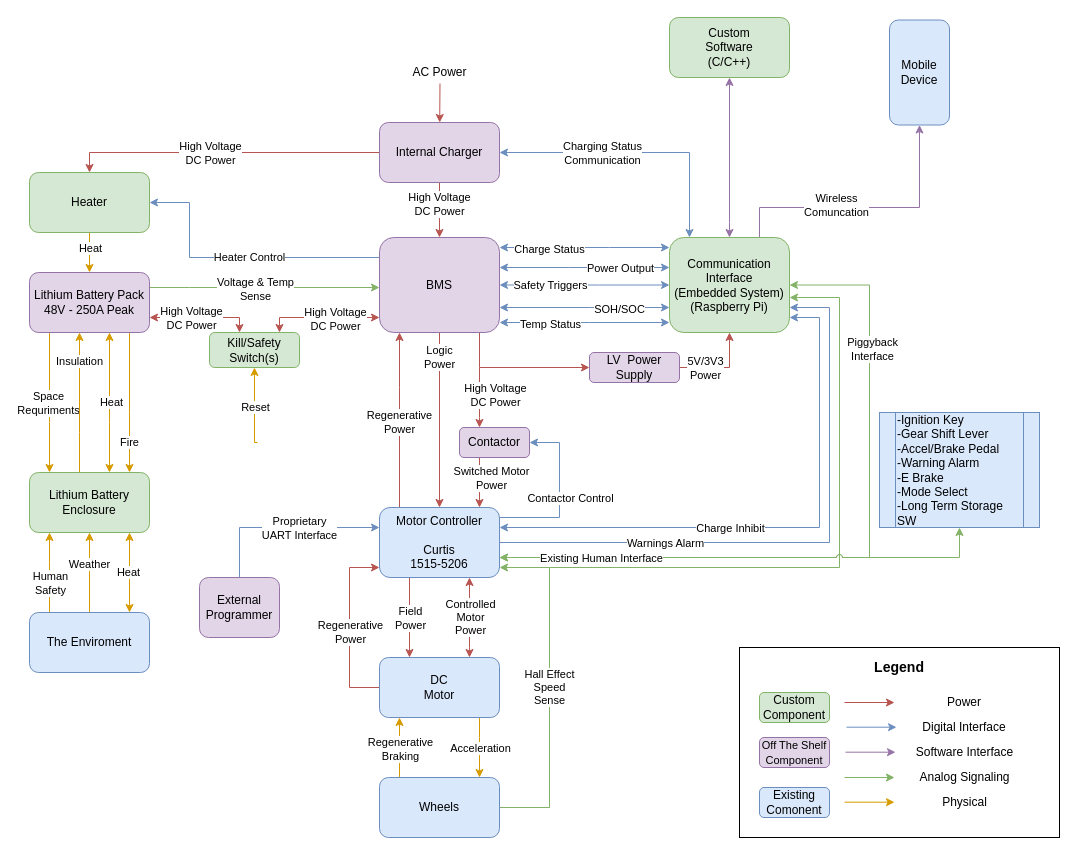
The draw.io diagram Diagrams/FSD v1.1.drawio in khallman97/ENG4000, before the edit. Source tidied: cells renumbered, new cells numbered last; positions are measured from the earlier drawing's top-left corner, leaving out a move shared by most shapes. Both pictures are drawn from the tidied source at 100%, with x=0, y=0 at pixel (29, 17).
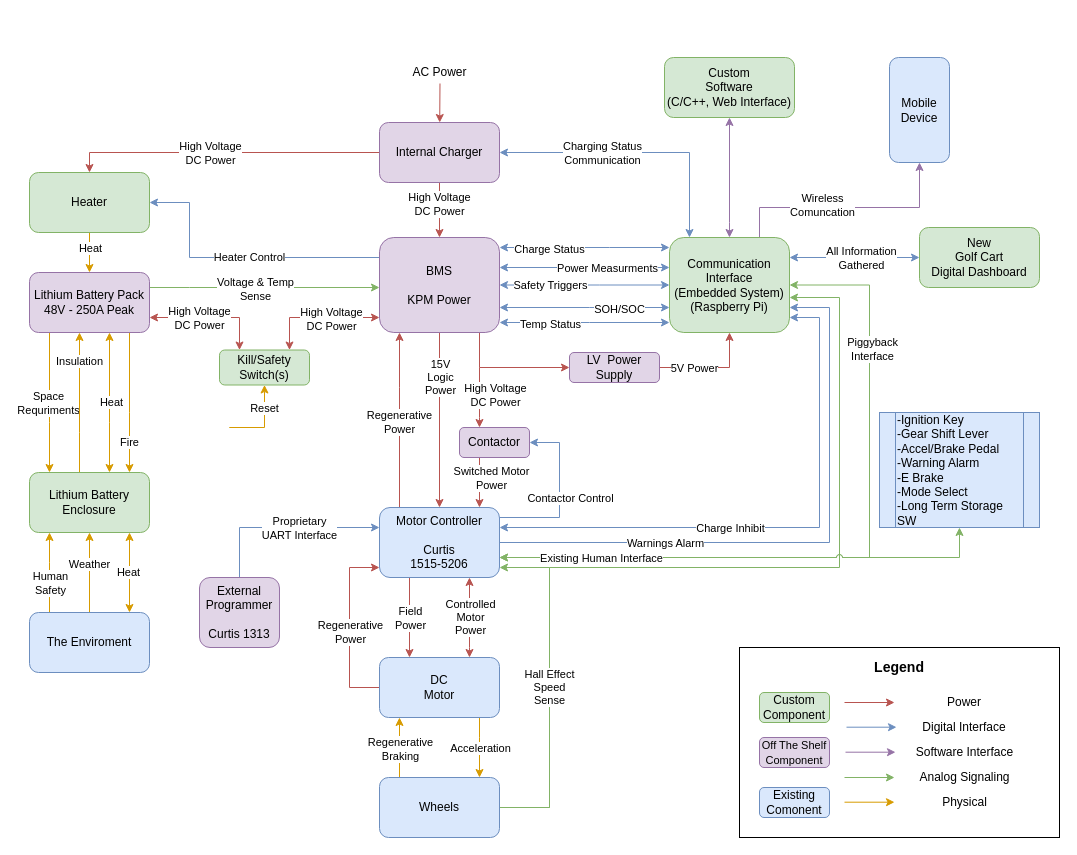
After the change.

The change refers to these unchanged cells:
```xml
<mxCell id="19" style="edgeStyle=orthogonalEdgeStyle;rounded=0;jettySize=auto;html=1;startArrow=classic;startFill=1;fillColor=#dae8fc;strokeColor=#6c8ebf;" parent="1" edge="1" source="29" target="51">
  <mxGeometry relative="1" as="geometry">
    <Array as="points">
      <mxPoint x="540" y="250" />
      <mxPoint x="540" y="250" />
    </Array>
  </mxGeometry>
</mxCell>
<mxCell id="25" style="edgeStyle=orthogonalEdgeStyle;rounded=0;jumpStyle=arc;jettySize=auto;html=1;startArrow=none;startFill=0;endArrow=classic;endFill=1;fillColor=#f8cecc;strokeColor=#b85450;" parent="1" edge="1" source="29" target="62">
  <mxGeometry relative="1" as="geometry" />
</mxCell>
<mxCell id="51" value="&lt;div&gt;Communication Interface&lt;/div&gt;&lt;div&gt;(Embedded System)&lt;/div&gt;&lt;div&gt;(Raspberry Pi) &lt;br&gt;&lt;/div&gt;" style="rounded=1;whiteSpace=wrap;html=1;fillColor=#d5e8d4;strokeColor=#82b366;" parent="1" vertex="1">
  <mxGeometry x="640" y="220" width="120" height="95" as="geometry" />
</mxCell>
<mxCell id="73" style="edgeStyle=orthogonalEdgeStyle;rounded=0;jettySize=auto;html=1;startArrow=none;startFill=0;endArrow=classic;endFill=1;fillColor=#f8cecc;strokeColor=#b85450;" parent="1" edge="1" source="75" target="51">
  <mxGeometry relative="1" as="geometry">
    <Array as="points">
      <mxPoint x="700" y="350" />
    </Array>
  </mxGeometry>
</mxCell>
```

The edit, as a diff of the source:
```diff
@@
-    <mxCell id="20" value="Power Output" style="edgeLabel;html=1;align=center;verticalAlign=middle;" parent="19" vertex="1">
+    <mxCell id="20" value="Power Measurments" style="edgeLabel;html=1;align=center;verticalAlign=middle;" parent="19" vertex="1">
       <mxGeometry x="0.14" relative="1" as="geometry">
-        <mxPoint x="23" as="offset" />
+        <mxPoint x="10" as="offset" />
       </mxGeometry>
     </mxCell>
@@
-    <mxCell id="26" value="&lt;div&gt;Logic&lt;/div&gt;&lt;div&gt;Power&lt;br&gt;&lt;/div&gt;" style="edgeLabel;html=1;align=center;verticalAlign=middle;" parent="25" vertex="1">
+    <mxCell id="26" value="&lt;div&gt;15V&lt;br&gt;&lt;/div&gt;&lt;div&gt;Logic&lt;/div&gt;&lt;div&gt;Power&lt;br&gt;&lt;/div&gt;" style="edgeLabel;html=1;align=center;verticalAlign=middle;" parent="25" vertex="1">
       <mxGeometry x="0.25" y="-1" relative="1" as="geometry">
-        <mxPoint y="-84.7" as="offset" />
+        <mxPoint x="1" y="-65" as="offset" />
       </mxGeometry>
     </mxCell>
@@
-    <mxCell id="29" value="BMS" style="rounded=1;whiteSpace=wrap;html=1;fillColor=#e1d5e7;strokeColor=#9673a6;" parent="1" vertex="1">
+    <mxCell id="29" value="&lt;div&gt;BMS&lt;/div&gt;&lt;div&gt;&lt;br&gt;&lt;/div&gt;&lt;div&gt;KPM Power&lt;br&gt;&lt;/div&gt;" style="rounded=1;whiteSpace=wrap;html=1;fillColor=#e1d5e7;strokeColor=#9673a6;" parent="1" vertex="1">
       <mxGeometry x="350" y="220" width="120" height="95" as="geometry" />
     </mxCell>
@@
+    <mxCell id="118" style="edgeStyle=orthogonalEdgeStyle;rounded=0;jumpStyle=arc;jettySize=auto;html=1;startArrow=classic;startFill=1;endArrow=classic;endFill=1;fillColor=#dae8fc;strokeColor=#6c8ebf;" parent="1" edge="1" source="51" target="120">
+      <mxGeometry relative="1" as="geometry">
+        <Array as="points">
+          <mxPoint x="800" y="240" />
+          <mxPoint x="800" y="240" />
+        </Array>
+      </mxGeometry>
+    </mxCell>
+    <mxCell id="119" value="&lt;div&gt;All Information&lt;/div&gt;&lt;div&gt;Gathered&lt;br&gt;&lt;/div&gt;" style="edgeLabel;html=1;align=center;verticalAlign=middle;" parent="118" vertex="1">
+      <mxGeometry x="-0.3" y="-2" relative="1" as="geometry">
+        <mxPoint x="25" y="-2" as="offset" />
+      </mxGeometry>
+    </mxCell>
@@
-    <mxCell id="72" value="&lt;div&gt;Custom&lt;br&gt;&lt;/div&gt;&lt;div&gt;Software&lt;/div&gt;&lt;div&gt;(C/C++)&lt;br&gt;&lt;/div&gt;" style="rounded=1;whiteSpace=wrap;html=1;fillColor=#d5e8d4;strokeColor=#82b366;" parent="1" vertex="1">
-      <mxGeometry x="640" width="120" height="60" as="geometry" />
+    <mxCell id="72" value="&lt;div&gt;Custom&lt;br&gt;&lt;/div&gt;&lt;div&gt;Software&lt;/div&gt;&lt;div&gt;(C/C++, Web Interface)&lt;br&gt;&lt;/div&gt;" style="rounded=1;whiteSpace=wrap;html=1;fillColor=#d5e8d4;strokeColor=#82b366;" parent="1" vertex="1">
+      <mxGeometry x="635" y="40" width="130" height="60" as="geometry" />
     </mxCell>
@@
-    <mxCell id="74" value="&lt;div&gt;5V/3V3&lt;/div&gt;&lt;div&gt;Power&lt;br&gt;&lt;/div&gt;" style="edgeLabel;html=1;align=center;verticalAlign=middle;" parent="73" vertex="1">
+    <mxCell id="74" value="&lt;div&gt;5V Power&lt;br&gt;&lt;/div&gt;" style="edgeLabel;html=1;align=center;verticalAlign=middle;" parent="73" vertex="1">
       <mxGeometry x="-0.08" y="-3" relative="1" as="geometry">
         <mxPoint x="-14" y="-3" as="offset" />
       </mxGeometry>
     </mxCell>
     <mxCell id="75" value="LV&amp;nbsp; Power Supply" style="rounded=1;whiteSpace=wrap;html=1;align=center;fillColor=#e1d5e7;strokeColor=#9673a6;" parent="1" vertex="1">
-      <mxGeometry x="560" y="335" width="90" height="30" as="geometry" />
+      <mxGeometry x="540" y="335" width="90" height="30" as="geometry" />
     </mxCell>
@@
     <mxCell id="81" style="edgeStyle=orthogonalEdgeStyle;rounded=0;jettySize=auto;html=1;startArrow=classic;startFill=1;endArrow=classic;endFill=1;fillColor=#f8cecc;strokeColor=#b85450;" parent="1" edge="1" source="83" target="29">
       <mxGeometry relative="1" as="geometry">
         <Array as="points">
-          <mxPoint x="250" y="300" />
+          <mxPoint x="260" y="300" />
         </Array>
       </mxGeometry>
     </mxCell>
@@
     <mxCell id="83" value="&lt;div&gt;Kill/Safety &lt;br&gt;&lt;/div&gt;&lt;div&gt;Switch(s)&lt;/div&gt;" style="rounded=1;whiteSpace=wrap;html=1;fillColor=#d5e8d4;align=center;strokeColor=#82b366;" parent="1" vertex="1">
-      <mxGeometry x="180" y="315" width="90" height="35" as="geometry" />
+      <mxGeometry x="190" y="332.5" width="90" height="35" as="geometry" />
     </mxCell>
@@
     <mxCell id="105" style="edgeStyle=orthogonalEdgeStyle;rounded=0;jettySize=auto;html=1;fillColor=#ffe6cc;strokeColor=#d79b00;" parent="1" edge="1" target="83">
       <mxGeometry relative="1" as="geometry">
-        <mxPoint x="228" y="425" as="sourcePoint" />
+        <mxPoint x="210" y="410" as="sourcePoint" />
         <Array as="points">
-          <mxPoint x="225" y="425" />
+          <mxPoint x="200" y="410" />
+          <mxPoint x="235" y="410" />
         </Array>
       </mxGeometry>
     </mxCell>
     <mxCell id="106" value="Reset" style="edgeLabel;html=1;align=center;verticalAlign=middle;" parent="105" vertex="1">
       <mxGeometry x="-0.24" relative="1" as="geometry">
-        <mxPoint y="-8.3" as="offset" />
+        <mxPoint x="11.7" y="-20" as="offset" />
       </mxGeometry>
     </mxCell>
@@
     <mxCell id="114" value="&lt;div&gt;Mobile&lt;/div&gt;&lt;div&gt;Device&lt;br&gt;&lt;/div&gt;" style="rounded=1;whiteSpace=wrap;html=1;fillColor=#dae8fc;strokeColor=#6c8ebf;" parent="1" vertex="1">
-      <mxGeometry x="860" y="2.5" width="60" height="105" as="geometry" />
+      <mxGeometry x="860" y="40" width="60" height="105" as="geometry" />
     </mxCell>
@@
-    <mxCell id="117" value="&lt;div&gt;External&lt;/div&gt;&lt;div&gt;Programmer&lt;br&gt;&lt;/div&gt;" style="rounded=1;whiteSpace=wrap;html=1;fillColor=#e1d5e7;strokeColor=#9673a6;" parent="1" vertex="1">
-      <mxGeometry x="170" y="560" width="80" height="60" as="geometry" />
+    <mxCell id="117" value="&lt;div&gt;External&lt;/div&gt;&lt;div&gt;Programmer&lt;br&gt;&lt;/div&gt;&lt;div&gt;&lt;br&gt;&lt;/div&gt;&lt;div&gt;Curtis 1313&lt;br&gt;&lt;/div&gt;" style="rounded=1;whiteSpace=wrap;html=1;fillColor=#e1d5e7;strokeColor=#9673a6;" parent="1" vertex="1">
+      <mxGeometry x="170" y="560" width="80" height="70" as="geometry" />
     </mxCell>
+    <mxCell id="120" value="&lt;div&gt;New&lt;br&gt;&lt;/div&gt;&lt;div&gt;Golf Cart&lt;/div&gt;&lt;div&gt;Digital Dashboard&lt;br&gt;&lt;/div&gt;" style="rounded=1;whiteSpace=wrap;html=1;fillColor=#d5e8d4;strokeColor=#82b366;" parent="1" vertex="1">
+      <mxGeometry x="890" y="210" width="120" height="60" as="geometry" />
+    </mxCell>
```
